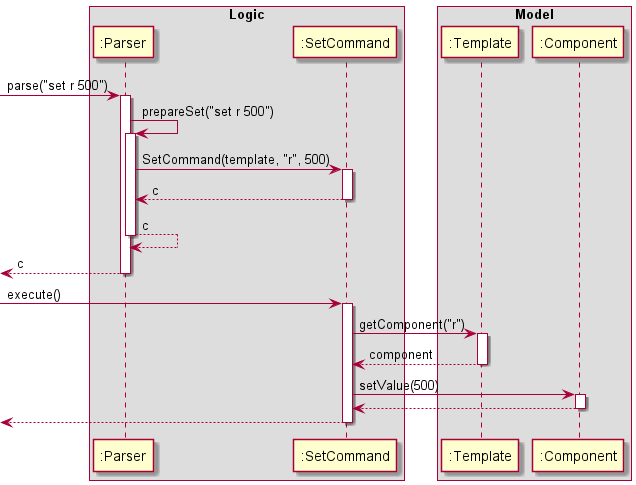
Above: docs/diagrams/SetSequenceDiagram.png in sevenseasofbri/tp (PlantUML), before the change.
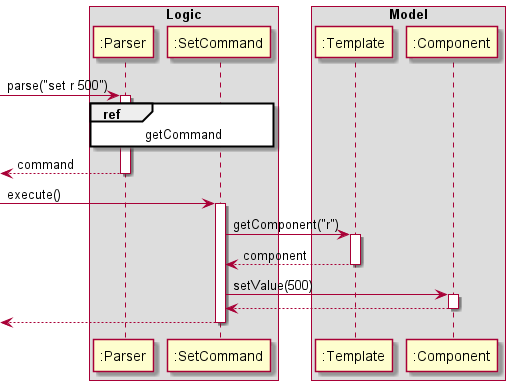
Later version of the same file.

The edit, as a diff of the source:
```diff
@@ -14,19 +14,9 @@
 [-> Parser : parse("set r 500")
 activate Parser
 
-Parser -> Parser : prepareSet("set r 500")
-activate Parser
+ref over Parser, SetCommand : getCommand
 
-Parser -> SetCommand : SetCommand(template, "r", 500)
-activate SetCommand
-
-SetCommand --> Parser : c
-deactivate SetCommand
-
-Parser --> Parser : c
-deactivate Parser
-
-[<-- Parser : c
+[<-- Parser : command
 deactivate Parser
 
 
```
